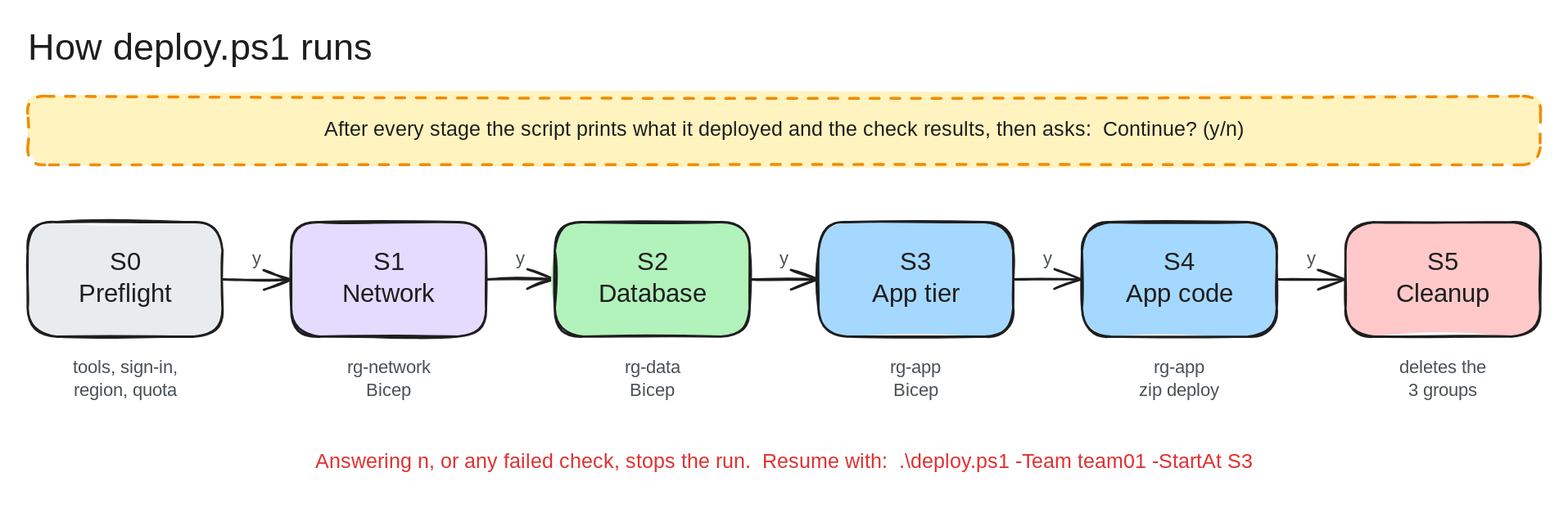
This is docs/diagrams/deployment-stages.excalidraw.svg from lenvolk/guard-timekeeping, a Excalidraw export, as it was before one commit. Source tidied: one line per element, renumbered; positions are measured from the earlier drawing's top-left corner, leaving out a move shared by most shapes.
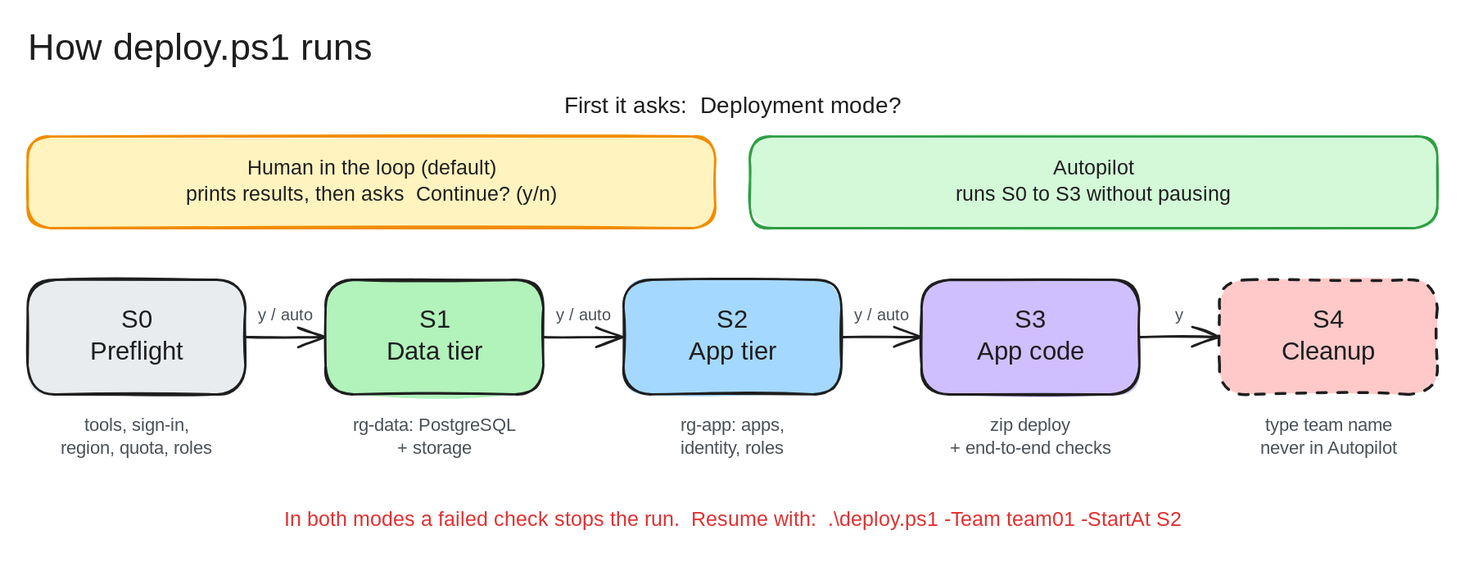
The same diagram one commit later.

Diff of the diagram source:
```diff
@@ -1,44 +1,41 @@
 {"id": 0, "type": "text", "text": "How deploy.ps1 runs", "strokeColor": "#1e1e1e", "strokeWidth": 2, "roughness": 1, "fontSize": 32, "fontFamily": 5, "x": 0, "y": 0, "width": 294, "height": 40}
-{"id": 1, "type": "rectangle", "strokeColor": "#f08c00", "backgroundColor": "#fff3bf", "fillStyle": "solid", "strokeWidth": 2, "strokeStyle": "dashed", "roughness": 1, "round": true, "x": 0, "y": 60, "width": 1320, "height": 60}
+{"id": 44, "type": "rectangle", "strokeColor": "transparent", "strokeWidth": 2, "roughness": 1, "x": 0, "y": 52, "width": 1230, "height": 35}
+{"id": 45, "type": "rectangle", "strokeColor": "#f08c00", "backgroundColor": "#fff3bf", "fillStyle": "solid", "strokeWidth": 2, "roughness": 1, "round": true, "x": 0, "y": 95, "width": 600, "height": 80}
+{"id": 46, "type": "rectangle", "strokeColor": "#2f9e44", "backgroundColor": "#d3f9d8", "fillStyle": "solid", "strokeWidth": 2, "roughness": 1, "round": true, "x": 630, "y": 95, "width": 600, "height": 80}
-{"id": 2, "type": "rectangle", "strokeColor": "#1e1e1e", "backgroundColor": "#e9ecef", "fillStyle": "solid", "strokeWidth": 2, "roughness": 1, "round": true, "x": 0, "y": 170, "width": 170, "height": 100}
+{"id": 2, "type": "rectangle", "strokeColor": "#1e1e1e", "backgroundColor": "#e9ecef", "fillStyle": "solid", "strokeWidth": 2, "roughness": 1, "round": true, "x": 0, "y": 220, "width": 190, "height": 100}
-{"id": 3, "type": "rectangle", "strokeColor": "transparent", "strokeWidth": 2, "roughness": 1, "x": 0, "y": 280, "width": 170, "height": 56}
+{"id": 3, "type": "rectangle", "strokeColor": "transparent", "strokeWidth": 2, "roughness": 1, "x": 0, "y": 330, "width": 190, "height": 56}
-{"id": 4, "type": "arrow", "strokeColor": "#1e1e1e", "strokeWidth": 2, "roughness": 1, "endArrowhead": "arrow", "x": 170, "y": 220, "width": 59, "height": 0, "points": [[0, 0], [59, 0]]}
+{"id": 4, "type": "arrow", "strokeColor": "#1e1e1e", "strokeWidth": 2, "roughness": 1, "endArrowhead": "arrow", "x": 190, "y": 270, "width": 69, "height": 0, "points": [[0, 0], [69, 0]]}
-{"id": 5, "type": "rectangle", "strokeColor": "transparent", "strokeWidth": 2, "roughness": 1, "x": 170, "y": 188, "width": 60, "height": 30}
+{"id": 5, "type": "rectangle", "strokeColor": "transparent", "strokeWidth": 2, "roughness": 1, "x": 190, "y": 238, "width": 70, "height": 28}
-{"id": 6, "type": "rectangle", "strokeColor": "#1e1e1e", "backgroundColor": "#e5dbff", "fillStyle": "solid", "strokeWidth": 2, "roughness": 1, "round": true, "x": 230, "y": 170, "width": 170, "height": 100}
+{"id": 6, "type": "rectangle", "strokeColor": "#1e1e1e", "backgroundColor": "#b2f2bb", "fillStyle": "solid", "strokeWidth": 2, "roughness": 1, "round": true, "x": 260, "y": 220, "width": 190, "height": 100}
-{"id": 7, "type": "rectangle", "strokeColor": "transparent", "strokeWidth": 2, "roughness": 1, "x": 230, "y": 280, "width": 170, "height": 56}
+{"id": 7, "type": "rectangle", "strokeColor": "transparent", "strokeWidth": 2, "roughness": 1, "x": 260, "y": 330, "width": 190, "height": 56}
-{"id": 8, "type": "arrow", "strokeColor": "#1e1e1e", "strokeWidth": 2, "roughness": 1, "endArrowhead": "arrow", "x": 400, "y": 220, "width": 59, "height": 0, "points": [[0, 0], [59, 0]]}
+{"id": 8, "type": "arrow", "strokeColor": "#1e1e1e", "strokeWidth": 2, "roughness": 1, "endArrowhead": "arrow", "x": 450, "y": 270, "width": 69, "height": 0, "points": [[0, 0], [69, 0]]}
-{"id": 9, "type": "rectangle", "strokeColor": "transparent", "strokeWidth": 2, "roughness": 1, "x": 400, "y": 188, "width": 60, "height": 30}
+{"id": 9, "type": "rectangle", "strokeColor": "transparent", "strokeWidth": 2, "roughness": 1, "x": 450, "y": 238, "width": 70, "height": 28}
-{"id": 10, "type": "rectangle", "strokeColor": "#1e1e1e", "backgroundColor": "#b2f2bb", "fillStyle": "solid", "strokeWidth": 2, "roughness": 1, "round": true, "x": 460, "y": 170, "width": 170, "height": 100}
+{"id": 10, "type": "rectangle", "strokeColor": "#1e1e1e", "backgroundColor": "#a5d8ff", "fillStyle": "solid", "strokeWidth": 2, "roughness": 1, "round": true, "x": 520, "y": 220, "width": 190, "height": 100}
-{"id": 11, "type": "rectangle", "strokeColor": "transparent", "strokeWidth": 2, "roughness": 1, "x": 460, "y": 280, "width": 170, "height": 56}
+{"id": 11, "type": "rectangle", "strokeColor": "transparent", "strokeWidth": 2, "roughness": 1, "x": 520, "y": 330, "width": 190, "height": 56}
-{"id": 12, "type": "arrow", "strokeColor": "#1e1e1e", "strokeWidth": 2, "roughness": 1, "endArrowhead": "arrow", "x": 630, "y": 220, "width": 59, "height": 0, "points": [[0, 0], [59, 0]]}
+{"id": 12, "type": "arrow", "strokeColor": "#1e1e1e", "strokeWidth": 2, "roughness": 1, "endArrowhead": "arrow", "x": 710, "y": 270, "width": 69, "height": 0, "points": [[0, 0], [69, 0]]}
-{"id": 13, "type": "rectangle", "strokeColor": "transparent", "strokeWidth": 2, "roughness": 1, "x": 630, "y": 188, "width": 60, "height": 30}
+{"id": 13, "type": "rectangle", "strokeColor": "transparent", "strokeWidth": 2, "roughness": 1, "x": 710, "y": 238, "width": 70, "height": 28}
-{"id": 14, "type": "rectangle", "strokeColor": "#1e1e1e", "backgroundColor": "#a5d8ff", "fillStyle": "solid", "strokeWidth": 2, "roughness": 1, "round": true, "x": 690, "y": 170, "width": 170, "height": 100}
+{"id": 14, "type": "rectangle", "strokeColor": "#1e1e1e", "backgroundColor": "#d0bfff", "fillStyle": "solid", "strokeWidth": 2, "roughness": 1, "round": true, "x": 780, "y": 220, "width": 190, "height": 100}
-{"id": 15, "type": "rectangle", "strokeColor": "transparent", "strokeWidth": 2, "roughness": 1, "x": 690, "y": 280, "width": 170, "height": 56}
+{"id": 15, "type": "rectangle", "strokeColor": "transparent", "strokeWidth": 2, "roughness": 1, "x": 780, "y": 330, "width": 190, "height": 56}
-{"id": 16, "type": "arrow", "strokeColor": "#1e1e1e", "strokeWidth": 2, "roughness": 1, "endArrowhead": "arrow", "x": 860, "y": 220, "width": 59, "height": 0, "points": [[0, 0], [59, 0]]}
+{"id": 16, "type": "arrow", "strokeColor": "#1e1e1e", "strokeWidth": 2, "roughness": 1, "endArrowhead": "arrow", "x": 970, "y": 270, "width": 69, "height": 0, "points": [[0, 0], [69, 0]]}
-{"id": 17, "type": "rectangle", "strokeColor": "transparent", "strokeWidth": 2, "roughness": 1, "x": 860, "y": 188, "width": 60, "height": 30}
+{"id": 17, "type": "rectangle", "strokeColor": "transparent", "strokeWidth": 2, "roughness": 1, "x": 970, "y": 238, "width": 70, "height": 28}
-{"id": 18, "type": "rectangle", "strokeColor": "#1e1e1e", "backgroundColor": "#a5d8ff", "fillStyle": "solid", "strokeWidth": 2, "roughness": 1, "round": true, "x": 920, "y": 170, "width": 170, "height": 100}
+{"id": 18, "type": "rectangle", "strokeColor": "#1e1e1e", "backgroundColor": "#ffc9c9", "fillStyle": "solid", "strokeWidth": 2, "strokeStyle": "dashed", "roughness": 1, "round": true, "x": 1040, "y": 220, "width": 190, "height": 100}
-{"id": 19, "type": "rectangle", "strokeColor": "transparent", "strokeWidth": 2, "roughness": 1, "x": 920, "y": 280, "width": 170, "height": 56}
+{"id": 19, "type": "rectangle", "strokeColor": "transparent", "strokeWidth": 2, "roughness": 1, "x": 1040, "y": 330, "width": 190, "height": 56}
-{"id": 20, "type": "arrow", "strokeColor": "#1e1e1e", "strokeWidth": 2, "roughness": 1, "endArrowhead": "arrow", "x": 1090, "y": 220, "width": 59, "height": 0, "points": [[0, 0], [59, 0]]}
-{"id": 21, "type": "rectangle", "strokeColor": "transparent", "strokeWidth": 2, "roughness": 1, "x": 1090, "y": 188, "width": 60, "height": 30}
-{"id": 22, "type": "rectangle", "strokeColor": "#1e1e1e", "backgroundColor": "#ffc9c9", "fillStyle": "solid", "strokeWidth": 2, "roughness": 1, "round": true, "x": 1150, "y": 170, "width": 170, "height": 100}
-{"id": 23, "type": "rectangle", "strokeColor": "transparent", "strokeWidth": 2, "roughness": 1, "x": 1150, "y": 280, "width": 170, "height": 56}
-{"id": 24, "type": "rectangle", "strokeColor": "transparent", "strokeWidth": 2, "roughness": 1, "x": 0, "y": 360, "width": 1320, "height": 40}
+{"id": 24, "type": "rectangle", "strokeColor": "transparent", "strokeWidth": 2, "roughness": 1, "x": 0, "y": 410, "width": 1230, "height": 40}
-{"id": 25, "type": "text", "text": "After every stage the script prints what it deployed and the check results, then asks:  Continue? (y/n)", "strokeColor": "#1e1e1e", "strokeWidth": 2, "roughness": 1, "fontSize": 18, "fontFamily": 5, "textAlign": "center", "verticalAlign": "middle", "inside": 1, "x": 264, "y": 79, "width": 792, "height": 22}
+{"id": 47, "type": "text", "text": "First it asks:  Deployment mode?", "strokeColor": "#1e1e1e", "strokeWidth": 2, "roughness": 1, "fontSize": 20, "fontFamily": 5, "textAlign": "center", "verticalAlign": "middle", "inside": 44, "x": 472, "y": 57, "width": 286, "height": 25}
+{"id": 48, "type": "text", "text": "Human in the loop (default)\nprints results, then asks  Continue? (y/n)", "strokeColor": "#1e1e1e", "strokeWidth": 2, "roughness": 1, "fontSize": 18, "fontFamily": 5, "textAlign": "center", "verticalAlign": "middle", "inside": 45, "x": 142, "y": 112, "width": 316, "height": 45}
+{"id": 49, "type": "text", "text": "Autopilot\nruns S0 to S3 without pausing", "strokeColor": "#1e1e1e", "strokeWidth": 2, "roughness": 1, "fontSize": 18, "fontFamily": 5, "textAlign": "center", "verticalAlign": "middle", "inside": 46, "x": 812, "y": 112, "width": 237, "height": 45}
-{"id": 26, "type": "text", "text": "S0\nPreflight", "strokeColor": "#1e1e1e", "strokeWidth": 2, "roughness": 1, "fontSize": 22, "fontFamily": 5, "textAlign": "center", "verticalAlign": "middle", "inside": 2, "x": 44, "y": 192, "width": 82, "height": 55}
+{"id": 26, "type": "text", "text": "S0\nPreflight", "strokeColor": "#1e1e1e", "strokeWidth": 2, "roughness": 1, "fontSize": 22, "fontFamily": 5, "textAlign": "center", "verticalAlign": "middle", "inside": 2, "x": 54, "y": 242, "width": 82, "height": 55}
-{"id": 27, "type": "text", "text": "tools, sign-in,\nregion, quota", "strokeColor": "#495057", "strokeWidth": 2, "roughness": 1, "fontSize": 16, "fontFamily": 5, "textAlign": "center", "verticalAlign": "middle", "inside": 3, "x": 38, "y": 288, "width": 95, "height": 40}
-{"id": 28, "type": "text", "text": "y", "strokeColor": "#495057", "strokeWidth": 2, "roughness": 1, "fontSize": 16, "fontFamily": 5, "textAlign": "center", "verticalAlign": "middle", "inside": 5, "x": 196, "y": 193, "width": 8, "height": 20}
-{"id": 29, "type": "text", "text": "S1\nNetwork", "strokeColor": "#1e1e1e", "strokeWidth": 2, "roughness": 1, "fontSize": 22, "fontFamily": 5, "textAlign": "center", "verticalAlign": "middle", "inside": 6, "x": 274, "y": 192, "width": 83, "height": 55}
-{"id": 30, "type": "text", "text": "rg-network\nBicep", "strokeColor": "#495057", "strokeWidth": 2, "roughness": 1, "fontSize": 16, "fontFamily": 5, "textAlign": "center", "verticalAlign": "middle", "inside": 7, "x": 276, "y": 288, "width": 78, "height": 40}
-{"id": 31, "type": "text", "text": "y", "strokeColor": "#495057", "strokeWidth": 2, "roughness": 1, "fontSize": 16, "fontFamily": 5, "textAlign": "center", "verticalAlign": "middle", "inside": 9, "x": 426, "y": 193, "width": 8, "height": 20}
-{"id": 32, "type": "text", "text": "S2\nDatabase", "strokeColor": "#1e1e1e", "strokeWidth": 2, "roughness": 1, "fontSize": 22, "fontFamily": 5, "textAlign": "center", "verticalAlign": "middle", "inside": 10, "x": 500, "y": 192, "width": 90, "height": 55}
-{"id": 33, "type": "text", "text": "rg-data\nBicep", "strokeColor": "#495057", "strokeWidth": 2, "roughness": 1, "fontSize": 16, "fontFamily": 5, "textAlign": "center", "verticalAlign": "middle", "inside": 11, "x": 519, "y": 288, "width": 52, "height": 40}
-{"id": 34, "type": "text", "text": "y", "strokeColor": "#495057", "strokeWidth": 2, "roughness": 1, "fontSize": 16, "fontFamily": 5, "textAlign": "center", "verticalAlign": "middle", "inside": 13, "x": 656, "y": 193, "width": 8, "height": 20}
-{"id": 35, "type": "text", "text": "S3\nApp tier", "strokeColor": "#1e1e1e", "strokeWidth": 2, "roughness": 1, "fontSize": 22, "fontFamily": 5, "textAlign": "center", "verticalAlign": "middle", "inside": 14, "x": 736, "y": 192, "width": 78, "height": 55}
-{"id": 36, "type": "text", "text": "rg-app\nBicep", "strokeColor": "#495057", "strokeWidth": 2, "roughness": 1, "fontSize": 16, "fontFamily": 5, "textAlign": "center", "verticalAlign": "middle", "inside": 15, "x": 751, "y": 288, "width": 48, "height": 40}
-{"id": 37, "type": "text", "text": "y", "strokeColor": "#495057", "strokeWidth": 2, "roughness": 1, "fontSize": 16, "fontFamily": 5, "textAlign": "center", "verticalAlign": "middle", "inside": 17, "x": 886, "y": 193, "width": 8, "height": 20}
-{"id": 38, "type": "text", "text": "S4\nApp code", "strokeColor": "#1e1e1e", "strokeWidth": 2, "roughness": 1, "fontSize": 22, "fontFamily": 5, "textAlign": "center", "verticalAlign": "middle", "inside": 18, "x": 958, "y": 192, "width": 94, "height": 55}
-{"id": 39, "type": "text", "text": "rg-app\nzip deploy", "strokeColor": "#495057", "strokeWidth": 2, "roughness": 1, "fontSize": 16, "fontFamily": 5, "textAlign": "center", "verticalAlign": "middle", "inside": 19, "x": 968, "y": 288, "width": 73, "height": 40}
-{"id": 40, "type": "text", "text": "y", "strokeColor": "#495057", "strokeWidth": 2, "roughness": 1, "fontSize": 16, "fontFamily": 5, "textAlign": "center", "verticalAlign": "middle", "inside": 21, "x": 1116, "y": 193, "width": 8, "height": 20}
-{"id": 41, "type": "text", "text": "S5\nCleanup", "strokeColor": "#1e1e1e", "strokeWidth": 2, "roughness": 1, "fontSize": 22, "fontFamily": 5, "textAlign": "center", "verticalAlign": "middle", "inside": 22, "x": 1195, "y": 192, "width": 79, "height": 55}
-{"id": 42, "type": "text", "text": "deletes the\n3 groups", "strokeColor": "#495057", "strokeWidth": 2, "roughness": 1, "fontSize": 16, "fontFamily": 5, "textAlign": "center", "verticalAlign": "middle", "inside": 23, "x": 1196, "y": 288, "width": 78, "height": 40}
-{"id": 43, "type": "text", "text": "Answering n, or any failed check, stops the run.  Resume with:  .\\deploy.ps1 -Team team01 -StartAt S3", "strokeColor": "#e03131", "strokeWidth": 2, "roughness": 1, "fontSize": 18, "fontFamily": 5, "textAlign": "center", "verticalAlign": "middle", "inside": 24, "x": 259, "y": 369, "width": 803, "height": 22}
+{"id": 50, "type": "text", "text": "tools, sign-in,\nregion, quota, roles", "strokeColor": "#495057", "strokeWidth": 2, "roughness": 1, "fontSize": 16, "fontFamily": 5, "textAlign": "center", "verticalAlign": "middle", "inside": 3, "x": 27, "y": 338, "width": 136, "height": 40}
+{"id": 51, "type": "text", "text": "y / auto", "strokeColor": "#495057", "strokeWidth": 2, "roughness": 1, "fontSize": 14, "fontFamily": 5, "textAlign": "center", "verticalAlign": "middle", "inside": 5, "x": 201, "y": 243, "width": 48, "height": 18}
+{"id": 52, "type": "text", "text": "S1\nData tier", "strokeColor": "#1e1e1e", "strokeWidth": 2, "roughness": 1, "fontSize": 22, "fontFamily": 5, "textAlign": "center", "verticalAlign": "middle", "inside": 6, "x": 313, "y": 242, "width": 83, "height": 55}
+{"id": 53, "type": "text", "text": "rg-data: PostgreSQL\n+ storage", "strokeColor": "#495057", "strokeWidth": 2, "roughness": 1, "fontSize": 16, "fontFamily": 5, "textAlign": "center", "verticalAlign": "middle", "inside": 7, "x": 284, "y": 338, "width": 141, "height": 40}
+{"id": 54, "type": "text", "text": "y / auto", "strokeColor": "#495057", "strokeWidth": 2, "roughness": 1, "fontSize": 14, "fontFamily": 5, "textAlign": "center", "verticalAlign": "middle", "inside": 9, "x": 461, "y": 243, "width": 48, "height": 18}
+{"id": 55, "type": "text", "text": "S2\nApp tier", "strokeColor": "#1e1e1e", "strokeWidth": 2, "roughness": 1, "fontSize": 22, "fontFamily": 5, "textAlign": "center", "verticalAlign": "middle", "inside": 10, "x": 576, "y": 242, "width": 78, "height": 55}
+{"id": 56, "type": "text", "text": "rg-app: apps,\nidentity, roles", "strokeColor": "#495057", "strokeWidth": 2, "roughness": 1, "fontSize": 16, "fontFamily": 5, "textAlign": "center", "verticalAlign": "middle", "inside": 11, "x": 568, "y": 338, "width": 94, "height": 40}
+{"id": 57, "type": "text", "text": "y / auto", "strokeColor": "#495057", "strokeWidth": 2, "roughness": 1, "fontSize": 14, "fontFamily": 5, "textAlign": "center", "verticalAlign": "middle", "inside": 13, "x": 721, "y": 243, "width": 48, "height": 18}
+{"id": 58, "type": "text", "text": "S3\nApp code", "strokeColor": "#1e1e1e", "strokeWidth": 2, "roughness": 1, "fontSize": 22, "fontFamily": 5, "textAlign": "center", "verticalAlign": "middle", "inside": 14, "x": 828, "y": 242, "width": 94, "height": 55}
+{"id": 59, "type": "text", "text": "zip deploy\n+ end-to-end checks", "strokeColor": "#495057", "strokeWidth": 2, "roughness": 1, "fontSize": 16, "fontFamily": 5, "textAlign": "center", "verticalAlign": "middle", "inside": 15, "x": 801, "y": 338, "width": 148, "height": 40}
+{"id": 60, "type": "text", "text": "y", "strokeColor": "#495057", "strokeWidth": 2, "roughness": 1, "fontSize": 14, "fontFamily": 5, "textAlign": "center", "verticalAlign": "middle", "inside": 17, "x": 1002, "y": 243, "width": 7, "height": 18}
+{"id": 61, "type": "text", "text": "S4\nCleanup", "strokeColor": "#1e1e1e", "strokeWidth": 2, "roughness": 1, "fontSize": 22, "fontFamily": 5, "textAlign": "center", "verticalAlign": "middle", "inside": 18, "x": 1095, "y": 242, "width": 79, "height": 55}
+{"id": 62, "type": "text", "text": "type team name\nnever in Autopilot", "strokeColor": "#495057", "strokeWidth": 2, "roughness": 1, "fontSize": 16, "fontFamily": 5, "textAlign": "center", "verticalAlign": "middle", "inside": 19, "x": 1072, "y": 338, "width": 127, "height": 40}
+{"id": 63, "type": "text", "text": "In both modes a failed check stops the run.  Resume with:  .\\deploy.ps1 -Team team01 -StartAt S2", "strokeColor": "#e03131", "strokeWidth": 2, "roughness": 1, "fontSize": 18, "fontFamily": 5, "textAlign": "center", "verticalAlign": "middle", "inside": 24, "x": 229, "y": 419, "width": 771, "height": 22}
```
